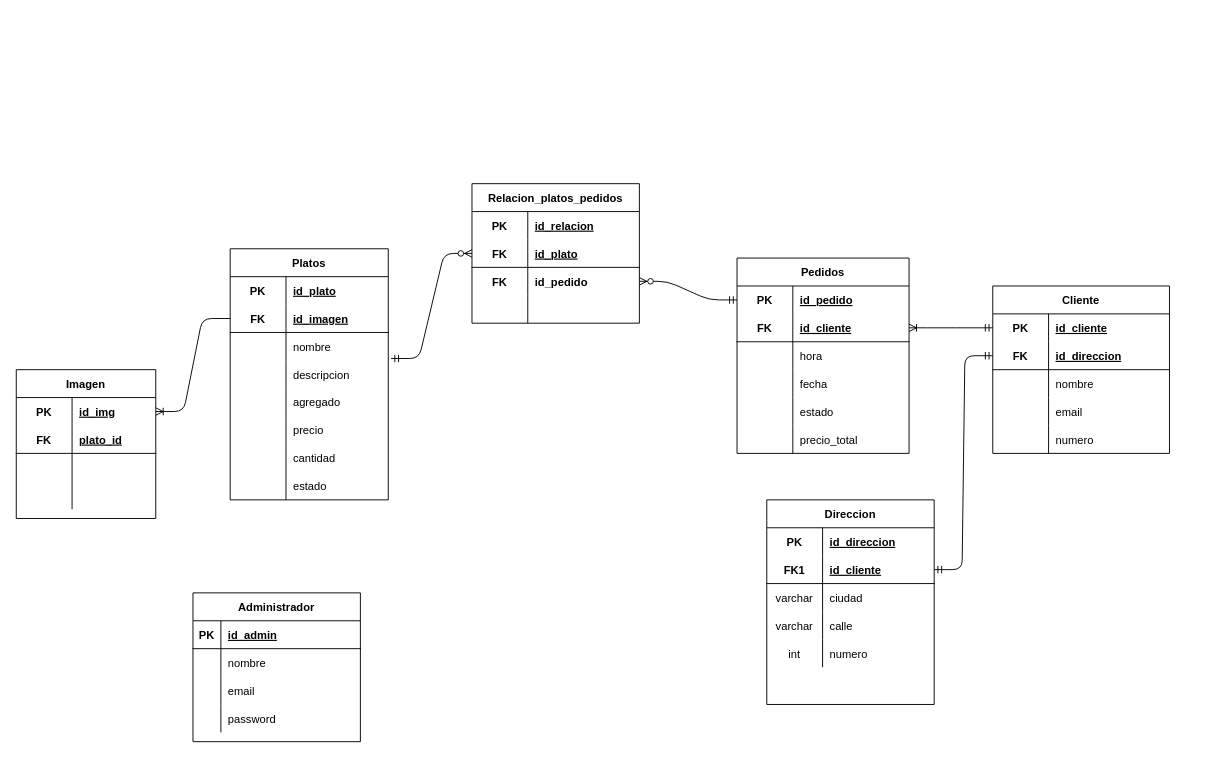
Earlier version of the draw.io diagram Diseno-base-datos-restaurant.drawio (nina011/bpmn_vi_semestre). Source tidied: cells renumbered, new cells numbered last; positions are measured from the earlier drawing's top-left corner, leaving out a move shared by most shapes. Both pictures are drawn from the tidied source at 93%, with x=0, y=0 at pixel (16, 183).
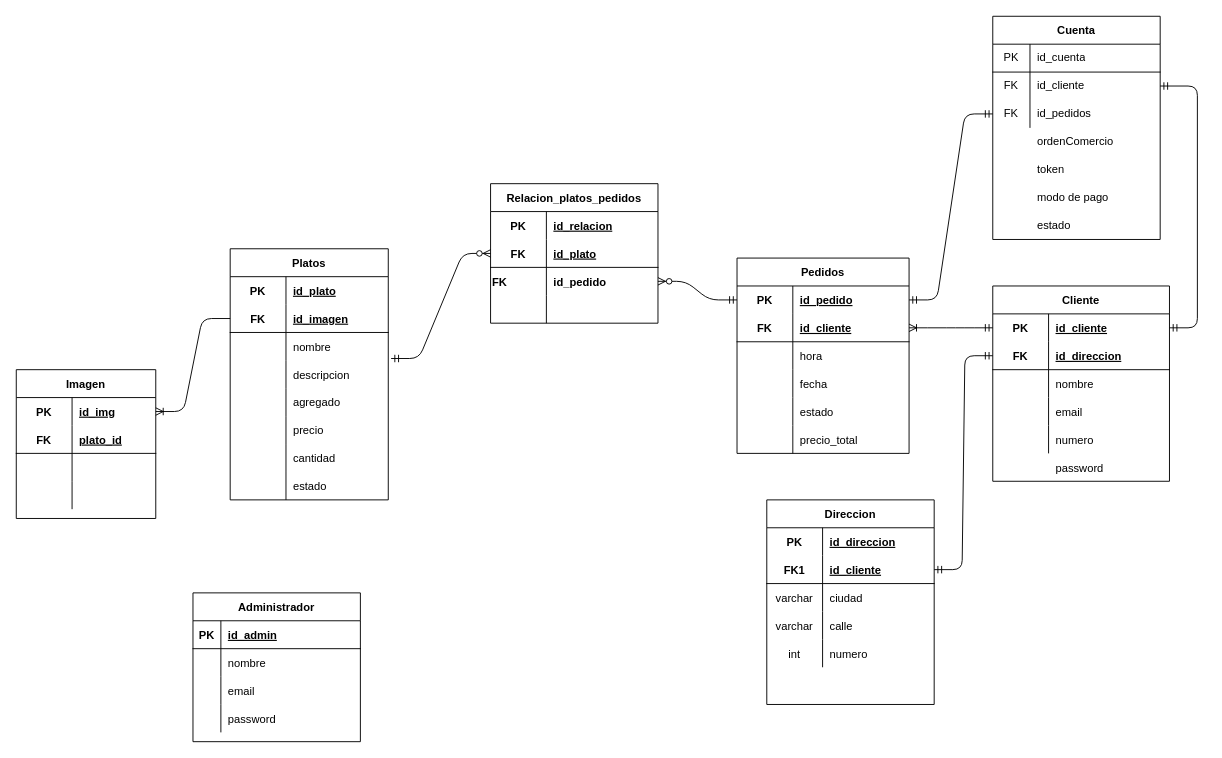
The same diagram, later.

The change refers to these unchanged cells:
```xml
<mxCell id="20" style="shape=partialRectangle;fillColor=none;top=0;left=0;bottom=0;right=0;points=[[0,0.5],[1,0.5]];portConstraint=eastwest;" parent="19" vertex="1">
  <mxGeometry y="30" width="190" height="30" as="geometry" />
</mxCell>
<mxCell id="36" style="shape=partialRectangle;fillColor=none;top=0;left=0;bottom=0;right=0;points=[[0,0.5],[1,0.5]];portConstraint=eastwest;" parent="35" vertex="1">
  <mxGeometry y="30" width="185" height="30" as="geometry" />
</mxCell>
```

Diff of the diagram source:
```diff
@@
     <mxCell id="19" value="Cliente" style="shape=table;startSize=30;childLayout=tableLayout;rowLines=0;fontStyle=1;align=center;" parent="1" vertex="1">
-      <mxGeometry x="1050" y="110" width="190" height="180" as="geometry" />
+      <mxGeometry x="1050" y="110" width="190" height="210" as="geometry" />
     </mxCell>
@@
     <mxCell id="79" value="Relacion_platos_pedidos" style="shape=table;startSize=30;childLayout=tableLayout;rowLines=0;fontStyle=1;align=center;" parent="1" vertex="1">
-      <mxGeometry x="490" width="180" height="150" as="geometry" />
+      <mxGeometry x="510" width="180" height="150" as="geometry" />
     </mxCell>
@@
+    <mxCell id="123" value="password" style="shape=partialRectangle;fillColor=none;top=0;left=0;bottom=0;right=0;align=left;spacingLeft=6;overflow=hidden;" parent="1" vertex="1">
+      <mxGeometry x="1110" y="290" width="130" height="30" as="geometry" />
+    </mxCell>
+    <mxCell id="124" value="Cuenta" style="shape=table;startSize=30;childLayout=tableLayout;rowLines=0;fontStyle=1;align=center;" parent="1" vertex="1">
+      <mxGeometry x="1050" y="-180" width="180" height="240" as="geometry" />
+    </mxCell>
+    <mxCell id="125" style="shape=partialRectangle;html=1;whiteSpace=wrap;fillColor=none;top=0;left=0;bottom=1;right=0;" parent="124" vertex="1">
+      <mxGeometry y="30" width="180" height="30" as="geometry" />
+    </mxCell>
+    <mxCell id="126" value="PK" style="shape=partialRectangle;html=1;whiteSpace=wrap;fillColor=none;top=0;left=0;bottom=0;right=0;overflow=hidden;" parent="125" vertex="1">
+      <mxGeometry width="40" height="30" as="geometry" />
+    </mxCell>
+    <mxCell id="127" value="id_cuenta" style="shape=partialRectangle;html=1;whiteSpace=wrap;fillColor=none;top=0;left=0;bottom=0;right=0;align=left;spacingLeft=6;overflow=hidden;" parent="125" vertex="1">
+      <mxGeometry x="40" width="140" height="30" as="geometry" />
+    </mxCell>
+    <mxCell id="128" style="shape=partialRectangle;html=1;whiteSpace=wrap;fillColor=none;top=0;left=0;bottom=0;right=0;points=[[0,0.5],[1,0.5]];portConstraint=eastwest;" parent="124" vertex="1">
+      <mxGeometry y="60" width="180" height="30" as="geometry" />
+    </mxCell>
+    <mxCell id="129" value="FK" style="shape=partialRectangle;html=1;whiteSpace=wrap;fillColor=none;top=0;left=0;bottom=0;right=0;overflow=hidden;" parent="128" vertex="1">
+      <mxGeometry width="40" height="30" as="geometry" />
+    </mxCell>
+    <mxCell id="130" value="id_cliente" style="shape=partialRectangle;html=1;whiteSpace=wrap;fillColor=none;top=0;left=0;bottom=0;right=0;align=left;spacingLeft=6;overflow=hidden;" parent="128" vertex="1">
+      <mxGeometry x="40" width="140" height="30" as="geometry" />
+    </mxCell>
+    <mxCell id="131" style="shape=partialRectangle;html=1;whiteSpace=wrap;fillColor=none;top=0;left=0;bottom=0;right=0;points=[[0,0.5],[1,0.5]];portConstraint=eastwest;" parent="124" vertex="1">
+      <mxGeometry y="90" width="180" height="30" as="geometry" />
+    </mxCell>
+    <mxCell id="132" value="FK" style="shape=partialRectangle;html=1;whiteSpace=wrap;fillColor=none;top=0;left=0;bottom=0;right=0;overflow=hidden;" parent="131" vertex="1">
+      <mxGeometry width="40" height="30" as="geometry" />
+    </mxCell>
+    <mxCell id="133" value="id_pedidos" style="shape=partialRectangle;html=1;whiteSpace=wrap;fillColor=none;top=0;left=0;bottom=0;right=0;align=left;spacingLeft=6;overflow=hidden;" parent="131" vertex="1">
+      <mxGeometry x="40" width="140" height="30" as="geometry" />
+    </mxCell>
+    <mxCell id="134" value="ordenComercio" style="shape=partialRectangle;html=1;whiteSpace=wrap;fillColor=none;top=0;left=0;bottom=0;right=0;align=left;spacingLeft=6;overflow=hidden;" parent="1" vertex="1">
+      <mxGeometry x="1090" y="-60" width="140" height="30" as="geometry" />
+    </mxCell>
+    <mxCell id="135" value="token" style="shape=partialRectangle;html=1;whiteSpace=wrap;fillColor=none;top=0;left=0;bottom=0;right=0;align=left;spacingLeft=6;overflow=hidden;" parent="1" vertex="1">
+      <mxGeometry x="1090" y="-30" width="140" height="30" as="geometry" />
+    </mxCell>
+    <mxCell id="136" value="modo de pago" style="shape=partialRectangle;html=1;whiteSpace=wrap;fillColor=none;top=0;left=0;bottom=0;right=0;align=left;spacingLeft=6;overflow=hidden;" parent="1" vertex="1">
+      <mxGeometry x="1090" width="140" height="30" as="geometry" />
+    </mxCell>
+    <mxCell id="137" value="estado" style="shape=partialRectangle;html=1;whiteSpace=wrap;fillColor=none;top=0;left=0;bottom=0;right=0;align=left;spacingLeft=6;overflow=hidden;" parent="1" vertex="1">
+      <mxGeometry x="1090" y="30" width="140" height="30" as="geometry" />
+    </mxCell>
+    <mxCell id="138" style="edgeStyle=entityRelationEdgeStyle;fontSize=12;html=1;endArrow=ERmandOne;startArrow=ERmandOne;entryX=0;entryY=0.5;entryDx=0;entryDy=0;exitX=1;exitY=0.5;exitDx=0;exitDy=0;" parent="1" edge="1" source="36" target="131">
+      <mxGeometry relative="1" as="geometry" />
+    </mxCell>
+    <mxCell id="139" style="edgeStyle=entityRelationEdgeStyle;fontSize=12;html=1;endArrow=ERmandOne;startArrow=ERmandOne;entryX=1;entryY=0.5;entryDx=0;entryDy=0;" parent="1" edge="1" source="20" target="128">
+      <mxGeometry relative="1" as="geometry" />
+    </mxCell>
```
